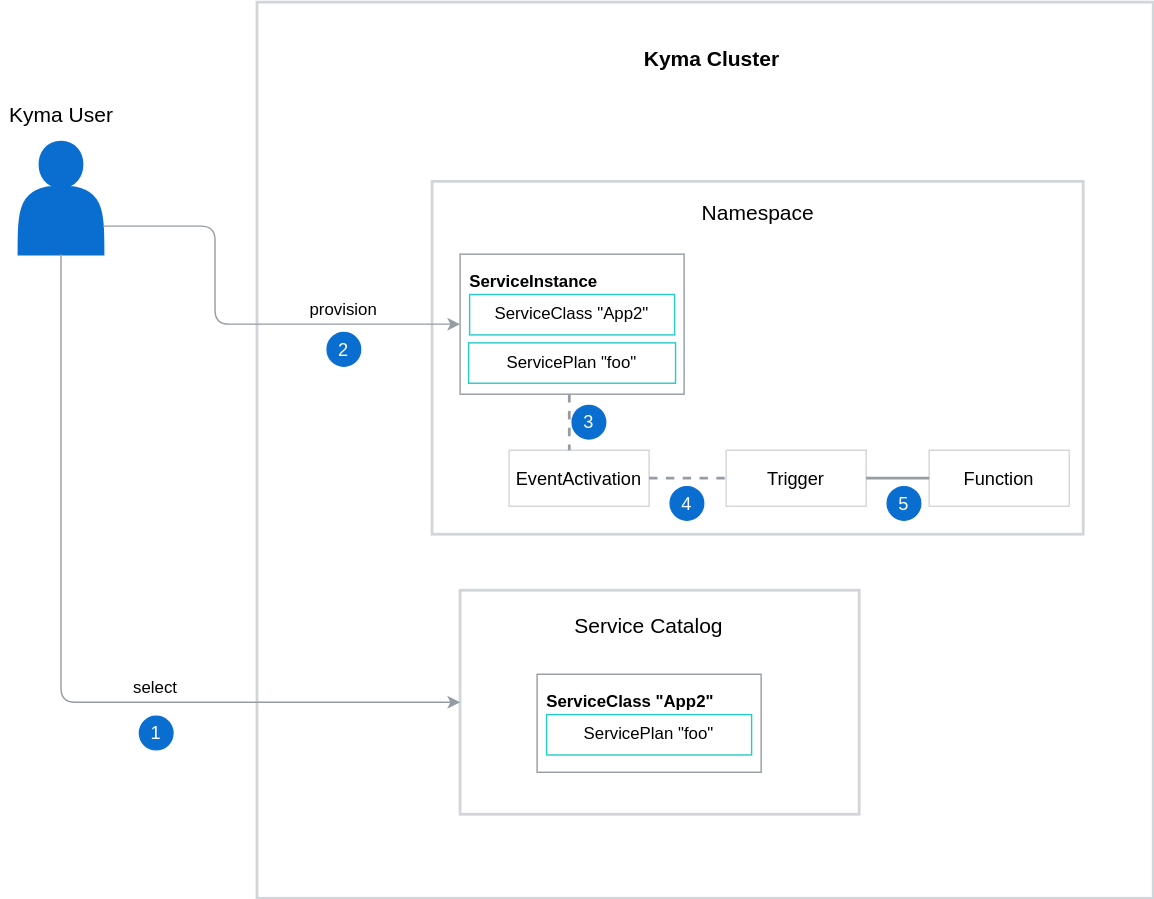
kyma-project/kyma keeps this draw.io diagram as docs/application-connector-compass-mode/assets/006-AB-event-service-plan.svg. Above is the earlier version. Source tidied: cells renumbered, new cells last; positions are measured from the earlier drawing's top-left corner, leaving out a move shared by most shapes. Source of this version:
```xml
<mxGraphModel background="#ffffff">
  <root>
    <mxCell id="0" />
    <mxCell id="1" parent="0" />
    <mxCell id="2" style="whiteSpace=wrap;html=1;strokeColor=#D2D5D9;strokeWidth=2;fillColor=#ffffff;" parent="1" vertex="1">
      <mxGeometry x="182" width="640" height="640" as="geometry" />
    </mxCell>
    <mxCell id="3" value="&lt;font size=&quot;1&quot;&gt;&lt;span style=&quot;font-size: 15px&quot;&gt;&lt;b&gt;Kyma Cluster&lt;/b&gt;&lt;/span&gt;&lt;/font&gt;" style="text;html=1;strokeColor=none;fillColor=none;align=center;verticalAlign=middle;whiteSpace=wrap;rounded=0;" parent="1" vertex="1">
      <mxGeometry x="457" y="30" width="100" height="20" as="geometry" />
    </mxCell>
    <mxCell id="4" style="rounded=0;whiteSpace=wrap;html=1;strokeColor=#D2D5D9;strokeWidth=2;fillColor=#ffffff;" parent="1" vertex="1">
      <mxGeometry x="327" y="420" width="285" height="160" as="geometry" />
    </mxCell>
    <mxCell id="5" value="&lt;font style=&quot;font-size: 15px&quot;&gt;Service Catalog&lt;/font&gt;" style="text;html=1;strokeColor=none;fillColor=none;align=center;verticalAlign=middle;whiteSpace=wrap;rounded=0;" parent="1" vertex="1">
      <mxGeometry x="407" y="435" width="110" height="20" as="geometry" />
    </mxCell>
    <mxCell id="6" style="rounded=0;whiteSpace=wrap;html=1;strokeColor=#D2D5D9;strokeWidth=2;fillColor=#ffffff;" parent="1" vertex="1">
      <mxGeometry x="307" y="128" width="465" height="252" as="geometry" />
    </mxCell>
    <mxCell id="7" value="&lt;font style=&quot;font-size: 13px&quot;&gt;Function&lt;/font&gt;" style="rounded=0;whiteSpace=wrap;html=1;strokeColor=#D2D5D9;strokeWidth=1;fillColor=#ffffff;" parent="1" vertex="1">
      <mxGeometry x="662" y="320" width="100" height="40" as="geometry" />
    </mxCell>
    <mxCell id="8" value="&lt;font style=&quot;font-size: 13px&quot;&gt;EventActivation&lt;/font&gt;" style="rounded=0;whiteSpace=wrap;html=1;strokeColor=#D2D5D9;strokeWidth=1;fillColor=#ffffff;" parent="1" vertex="1">
      <mxGeometry x="362" y="320" width="100" height="40" as="geometry" />
    </mxCell>
    <mxCell id="9" value="&lt;font style=&quot;font-size: 15px&quot;&gt;Namespace&lt;br&gt;&lt;/font&gt;" style="text;html=1;strokeColor=none;fillColor=none;align=center;verticalAlign=middle;whiteSpace=wrap;rounded=0;" parent="1" vertex="1">
      <mxGeometry x="519.5" y="140" width="40" height="20" as="geometry" />
    </mxCell>
    <mxCell id="10" style="shape=actor;whiteSpace=wrap;html=1;strokeColor=#0A6ED1;strokeWidth=2;fillColor=#0A6ED1;" parent="1" vertex="1">
      <mxGeometry x="12" y="100" width="60" height="80" as="geometry" />
    </mxCell>
    <mxCell id="11" style="endArrow=classic;html=1;strokeColor=#959CA4;entryX=0;entryY=0.5;exitX=1;exitY=0.75;exitDx=0;exitDy=0;entryDx=0;entryDy=0;" parent="1" edge="1" source="10" target="28">
      <mxGeometry relative="1" as="geometry">
        <Array as="points">
          <mxPoint x="152" y="160" />
          <mxPoint x="152" y="230" />
        </Array>
      </mxGeometry>
    </mxCell>
    <mxCell id="12" value="&lt;font style=&quot;font-size: 15px&quot;&gt;Kyma User&lt;/font&gt;" style="text;html=1;strokeColor=none;fillColor=none;align=center;verticalAlign=middle;whiteSpace=wrap;rounded=0;" parent="1" vertex="1">
      <mxGeometry x="-0.5" y="70" width="85" height="20" as="geometry" />
    </mxCell>
    <mxCell id="13" value="bind" style="text;html=1;strokeColor=none;fillColor=none;align=center;verticalAlign=middle;whiteSpace=wrap;rounded=0;" parent="1" vertex="1">
      <mxGeometry x="437" y="204" width="40" height="20" as="geometry" />
    </mxCell>
    <mxCell id="14" value="provision" style="text;html=1;strokeColor=none;fillColor=none;align=center;verticalAlign=middle;whiteSpace=wrap;rounded=0;" parent="1" vertex="1">
      <mxGeometry x="224" y="210" width="40" height="20" as="geometry" />
    </mxCell>
    <mxCell id="15" value="&lt;div style=&quot;text-align: center&quot;&gt;&lt;span style=&quot;color: rgb(255 , 255 , 255)&quot;&gt;&lt;font style=&quot;font-size: 13px&quot;&gt;1&lt;/font&gt;&lt;/span&gt;&lt;/div&gt;" style="ellipse;whiteSpace=wrap;html=1;strokeColor=#0A6ED1;strokeWidth=1;fillColor=#0A6ED1;" parent="1" vertex="1">
      <mxGeometry x="98" y="510" width="24" height="24" as="geometry" />
    </mxCell>
    <mxCell id="16" value="&lt;div style=&quot;text-align: center&quot;&gt;&lt;span style=&quot;color: rgb(255 , 255 , 255)&quot;&gt;&lt;font style=&quot;font-size: 13px&quot;&gt;2&lt;/font&gt;&lt;/span&gt;&lt;/div&gt;" style="ellipse;whiteSpace=wrap;html=1;strokeColor=#0A6ED1;strokeWidth=1;fillColor=#0A6ED1;" parent="1" vertex="1">
      <mxGeometry x="232" y="236" width="24" height="24" as="geometry" />
    </mxCell>
    <mxCell id="17" value="&lt;div style=&quot;text-align: center&quot;&gt;&lt;span style=&quot;color: rgb(255 , 255 , 255)&quot;&gt;&lt;font style=&quot;font-size: 13px&quot;&gt;3&lt;/font&gt;&lt;/span&gt;&lt;/div&gt;" style="ellipse;whiteSpace=wrap;html=1;strokeColor=#0A6ED1;strokeWidth=1;fillColor=#0A6ED1;direction=south;" parent="1" vertex="1">
      <mxGeometry x="407" y="288" width="24" height="24" as="geometry" />
    </mxCell>
    <mxCell id="18" value="&lt;div style=&quot;text-align: center&quot;&gt;&lt;span style=&quot;color: rgb(255 , 255 , 255)&quot;&gt;&lt;font style=&quot;font-size: 13px&quot;&gt;4&lt;/font&gt;&lt;/span&gt;&lt;/div&gt;" style="ellipse;whiteSpace=wrap;html=1;strokeColor=#0A6ED1;strokeWidth=1;fillColor=#0A6ED1;direction=south;" parent="1" vertex="1">
      <mxGeometry x="477" y="346" width="24" height="24" as="geometry" />
    </mxCell>
    <mxCell id="19" value="&lt;div style=&quot;text-align: center&quot;&gt;&lt;span style=&quot;color: rgb(255 , 255 , 255)&quot;&gt;&lt;font style=&quot;font-size: 13px&quot;&gt;5&lt;/font&gt;&lt;/span&gt;&lt;/div&gt;" style="ellipse;whiteSpace=wrap;html=1;strokeColor=#0A6ED1;strokeWidth=1;fillColor=#0A6ED1;" parent="1" vertex="1">
      <mxGeometry x="632" y="346" width="24" height="24" as="geometry" />
    </mxCell>
    <mxCell id="20" value="select" style="text;html=1;align=left;verticalAlign=top;spacingTop=-4;" parent="1" vertex="1">
      <mxGeometry x="92" y="480" width="50" height="20" as="geometry" />
    </mxCell>
    <mxCell id="21" style="endArrow=classic;html=1;strokeColor=#959CA4;entryX=0;entryY=0.5;exitX=0.5;exitY=1;exitDx=0;exitDy=0;entryDx=0;entryDy=0;" parent="1" edge="1" source="10" target="4">
      <mxGeometry relative="1" as="geometry">
        <Array as="points">
          <mxPoint x="42" y="500" />
        </Array>
      </mxGeometry>
    </mxCell>
    <mxCell id="22" style="endArrow=classic;html=1;strokeColor=#959CA4;" parent="1" edge="1">
      <mxGeometry relative="1" as="geometry">
        <mxPoint x="487" y="223.5" as="sourcePoint" />
        <mxPoint x="427" y="223.5" as="targetPoint" />
      </mxGeometry>
    </mxCell>
    <mxCell id="23" style="group;" parent="1" vertex="1">
      <mxGeometry x="382" y="480" width="160" height="100" as="geometry" />
    </mxCell>
    <mxCell id="24" style="rounded=0;whiteSpace=wrap;html=1;strokeColor=#959CA4;strokeWidth=1;" parent="23" vertex="1">
      <mxGeometry width="160" height="70" as="geometry" />
    </mxCell>
    <mxCell id="25" value="ServiceClass &quot;App2&quot;" style="text;html=1;fontStyle=1;" parent="23" vertex="1">
      <mxGeometry x="5.4" y="6" width="81" height="21.4" as="geometry" />
    </mxCell>
    <mxCell id="26" value="ServicePlan &quot;foo&quot;" style="rounded=0;whiteSpace=wrap;html=1;strokeColor=#24CACC;strokeWidth=1;" parent="23" vertex="1">
      <mxGeometry x="6.8" y="28.8" width="146.4" height="28.8" as="geometry" />
    </mxCell>
    <mxCell id="27" style="group;" parent="1" vertex="1">
      <mxGeometry x="327" y="180" width="160" height="100" as="geometry" />
    </mxCell>
    <mxCell id="28" style="rounded=0;whiteSpace=wrap;html=1;strokeColor=#959CA4;strokeWidth=1;" parent="27" vertex="1">
      <mxGeometry width="160" height="100" as="geometry" />
    </mxCell>
    <mxCell id="29" value="ServiceInstance" style="text;html=1;fontStyle=1;" parent="27" vertex="1">
      <mxGeometry x="5.4" y="6" width="81" height="21.4" as="geometry" />
    </mxCell>
    <mxCell id="30" value="ServiceClass &quot;App2&quot;" style="rounded=0;whiteSpace=wrap;html=1;strokeColor=#24CACC;strokeWidth=1;" parent="27" vertex="1">
      <mxGeometry x="6.8" y="28.8" width="146.4" height="28.8" as="geometry" />
    </mxCell>
    <mxCell id="31" value="ServicePlan &quot;foo&quot;" style="rounded=0;whiteSpace=wrap;html=1;strokeColor=#24CACC;strokeWidth=1;perimeterSpacing=0;" parent="27" vertex="1">
      <mxGeometry x="6.1" y="63.3" width="147.7" height="28.8" as="geometry" />
    </mxCell>
    <mxCell id="32" value="&lt;font style=&quot;font-size: 13px&quot;&gt;Trigger&lt;/font&gt;" style="rounded=0;whiteSpace=wrap;html=1;strokeColor=#D2D5D9;strokeWidth=1;fillColor=#ffffff;" parent="1" vertex="1">
      <mxGeometry x="517" y="320" width="100" height="40" as="geometry" />
    </mxCell>
    <mxCell id="33" style="endArrow=none;dashed=1;html=1;strokeWidth=2;entryX=0.43;entryY=0;entryDx=0;entryDy=0;strokeColor=#959CA4;entryPerimeter=0;" parent="1" edge="1" target="8">
      <mxGeometry relative="1" as="geometry">
        <mxPoint x="405" y="280" as="sourcePoint" />
      </mxGeometry>
    </mxCell>
    <mxCell id="34" style="endArrow=none;dashed=1;html=1;strokeWidth=2;entryX=0;entryY=0.5;entryDx=0;entryDy=0;strokeColor=#959CA4;exitX=1;exitY=0.5;exitDx=0;exitDy=0;" parent="1" edge="1" source="8" target="32">
      <mxGeometry relative="1" as="geometry" />
    </mxCell>
    <mxCell id="35" style="endArrow=none;html=1;strokeWidth=2;strokeColor=#959CA4;exitX=0;exitY=0.5;exitDx=0;exitDy=0;entryX=1;entryY=0.5;entryDx=0;entryDy=0;" parent="1" edge="1" source="7" target="32">
      <mxGeometry relative="1" as="geometry" />
    </mxCell>
  </root>
</mxGraphModel>
```
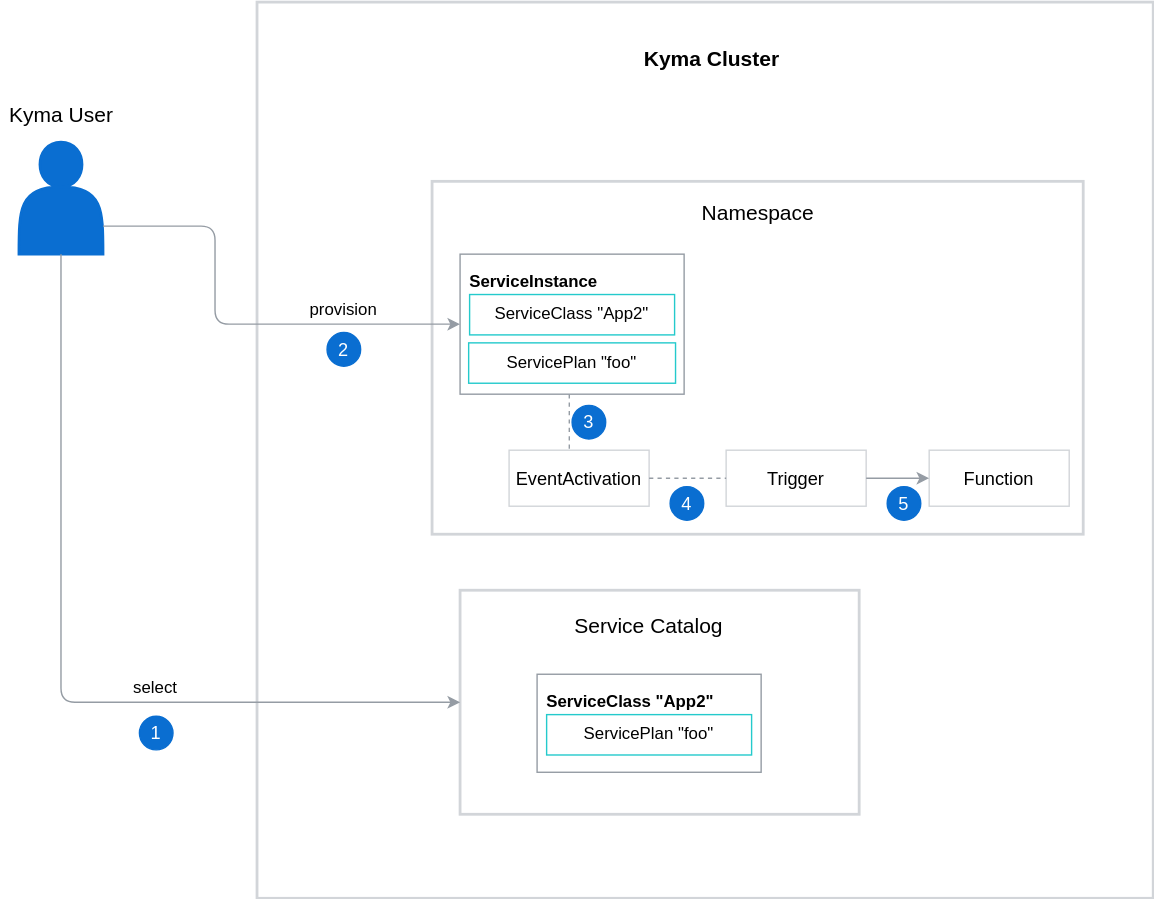
The same file after the commit.

Commit message:
Add TW review comments

Diff of the diagram source:
```diff
@@ -107,16 +107,16 @@
     <mxCell id="32" value="&lt;font style=&quot;font-size: 13px&quot;&gt;Trigger&lt;/font&gt;" style="rounded=0;whiteSpace=wrap;html=1;strokeColor=#D2D5D9;strokeWidth=1;fillColor=#ffffff;" parent="1" vertex="1">
       <mxGeometry x="517" y="320" width="100" height="40" as="geometry" />
     </mxCell>
-    <mxCell id="33" style="endArrow=none;dashed=1;html=1;strokeWidth=2;entryX=0.43;entryY=0;entryDx=0;entryDy=0;strokeColor=#959CA4;entryPerimeter=0;" parent="1" edge="1" target="8">
+    <mxCell id="33" style="endArrow=none;dashed=1;html=1;strokeWidth=1;entryX=0.43;entryY=0;entryDx=0;entryDy=0;strokeColor=#959CA4;entryPerimeter=0;" parent="1" edge="1" target="8">
       <mxGeometry relative="1" as="geometry">
         <mxPoint x="405" y="280" as="sourcePoint" />
       </mxGeometry>
     </mxCell>
-    <mxCell id="34" style="endArrow=none;dashed=1;html=1;strokeWidth=2;entryX=0;entryY=0.5;entryDx=0;entryDy=0;strokeColor=#959CA4;exitX=1;exitY=0.5;exitDx=0;exitDy=0;" parent="1" edge="1" source="8" target="32">
+    <mxCell id="34" style="endArrow=none;dashed=1;html=1;strokeWidth=1;entryX=0;entryY=0.5;entryDx=0;entryDy=0;strokeColor=#959CA4;exitX=1;exitY=0.5;exitDx=0;exitDy=0;" parent="1" edge="1" source="8" target="32">
       <mxGeometry relative="1" as="geometry" />
     </mxCell>
-    <mxCell id="35" style="endArrow=none;html=1;strokeWidth=2;strokeColor=#959CA4;exitX=0;exitY=0.5;exitDx=0;exitDy=0;entryX=1;entryY=0.5;entryDx=0;entryDy=0;" parent="1" edge="1" source="7" target="32">
-      <mxGeometry relative="1" as="geometry" />
-    </mxCell>
+    <mxCell id="36" style="endArrow=classic;html=1;strokeWidth=1;entryX=0;entryY=0.5;entryDx=0;entryDy=0;exitX=1;exitY=0.5;exitDx=0;exitDy=0;strokeColor=#959CA4;" parent="1" edge="1" source="32" target="7">
+      <mxGeometry relative="1" as="geometry" />
+    </mxCell>
   </root>
 </mxGraphModel>
```
